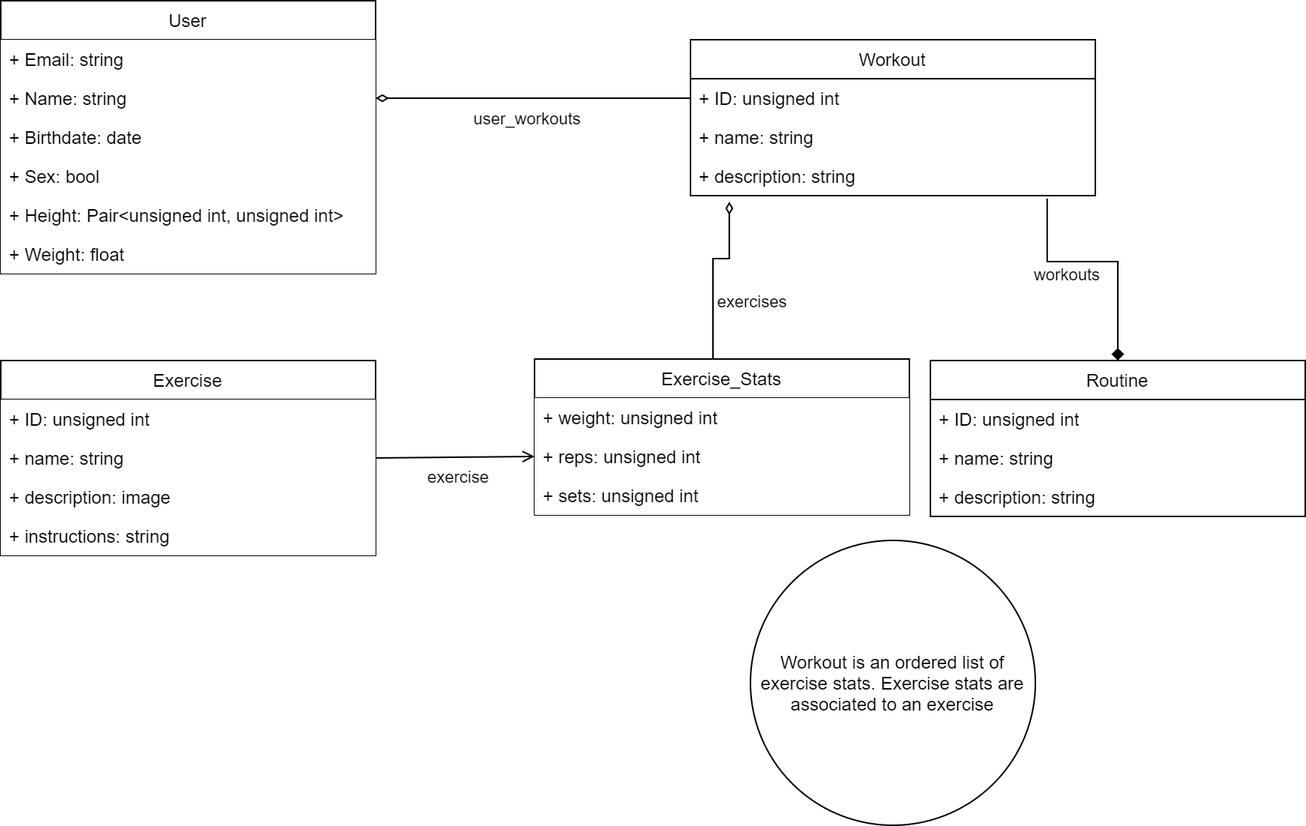
Before: documentation/design/object models.png, a diagram exported from draw.io (rahula00/LiftLog). Source tidied: cells renumbered, new cells last; positions are measured from the earlier drawing's top-left corner, leaving out a move shared by most shapes.
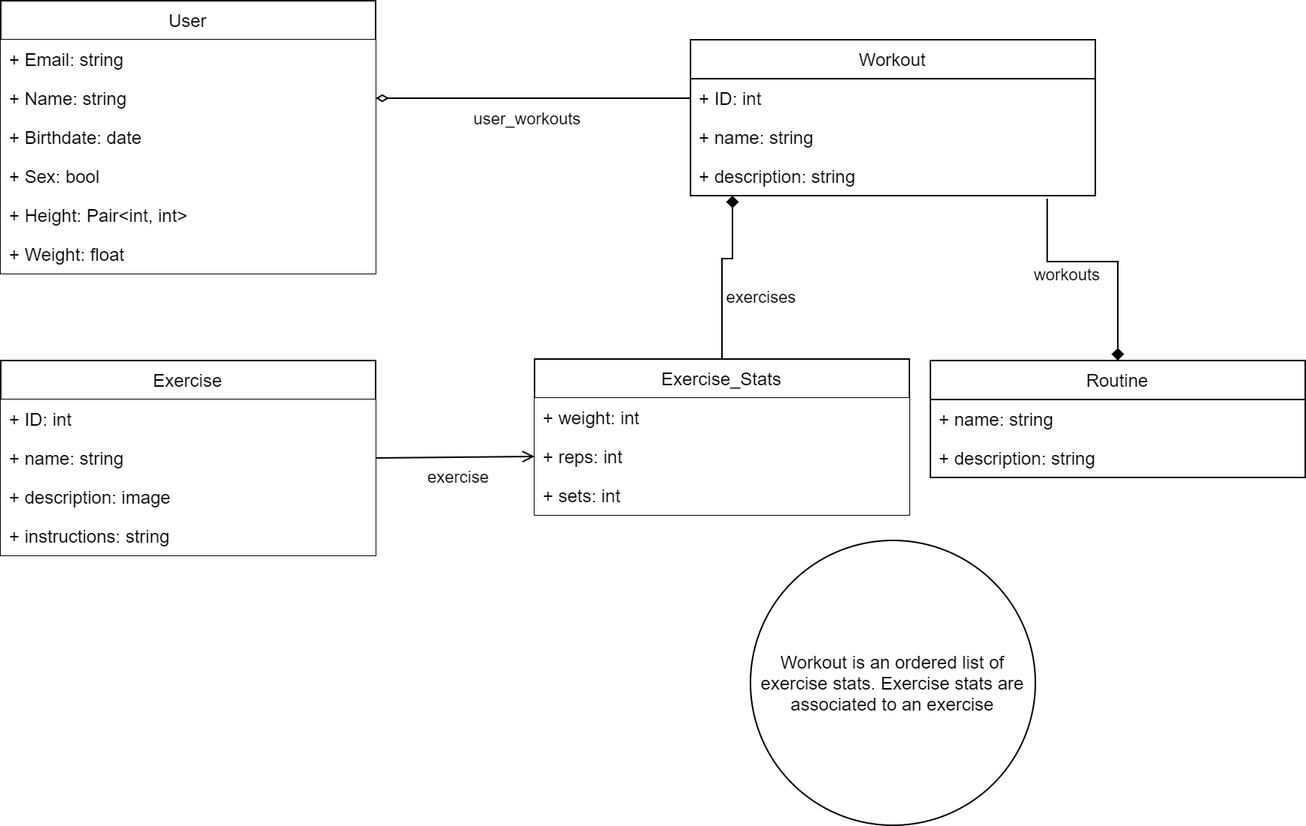
The same diagram one commit later.

The edit, as a diff of the source:
```diff
@@ -17,7 +17,7 @@
     <mxCell id="6" value="+ Sex: bool" style="text;strokeColor=none;align=left;verticalAlign=top;spacingLeft=4;spacingRight=4;overflow=hidden;fillColor=#ffffff;" parent="2" vertex="1">
       <mxGeometry y="104" width="250" height="26" as="geometry" />
     </mxCell>
-    <mxCell id="7" value="+ Height: Pair&lt;unsigned int, unsigned int&gt;" style="text;strokeColor=none;align=left;verticalAlign=top;spacingLeft=4;spacingRight=4;overflow=hidden;fillColor=#ffffff;" parent="2" vertex="1">
+    <mxCell id="7" value="+ Height: Pair&lt;int, int&gt;" style="text;strokeColor=none;align=left;verticalAlign=top;spacingLeft=4;spacingRight=4;overflow=hidden;fillColor=#ffffff;" parent="2" vertex="1">
       <mxGeometry y="130" width="250" height="26" as="geometry" />
     </mxCell>
     <mxCell id="8" value="+ Weight: float" style="text;strokeColor=none;align=left;verticalAlign=top;spacingLeft=4;spacingRight=4;overflow=hidden;fillColor=#ffffff;" parent="2" vertex="1">
@@ -26,7 +26,7 @@
     <mxCell id="9" value="Exercise" style="swimlane;fontStyle=0;horizontal=1;startSize=26;" parent="1" vertex="1">
       <mxGeometry y="240" width="250" height="130" as="geometry" />
     </mxCell>
-    <mxCell id="10" value="+ ID: unsigned int " style="text;strokeColor=none;align=left;verticalAlign=top;spacingLeft=4;spacingRight=4;overflow=hidden;fillColor=#ffffff;" parent="9" vertex="1">
+    <mxCell id="10" value="+ ID: int " style="text;strokeColor=none;align=left;verticalAlign=top;spacingLeft=4;spacingRight=4;overflow=hidden;fillColor=#ffffff;" parent="9" vertex="1">
       <mxGeometry y="26" width="250" height="26" as="geometry" />
     </mxCell>
     <mxCell id="11" value="+ name: string " style="text;strokeColor=none;align=left;verticalAlign=top;spacingLeft=4;spacingRight=4;overflow=hidden;points=[[0,0.5],[1,0.5]];portConstraint=eastwest;fillColor=#ffffff;" parent="9" vertex="1">
@@ -54,7 +54,7 @@
     <mxCell id="16" value="Workout" style="swimlane;fontStyle=0;horizontal=1;startSize=26;fillColor=none;" parent="1" vertex="1">
       <mxGeometry x="460" y="26" width="270" height="104" as="geometry" />
     </mxCell>
-    <mxCell id="17" value="+ ID: unsigned int " style="text;strokeColor=none;fillColor=none;align=left;verticalAlign=top;spacingLeft=4;spacingRight=4;overflow=hidden;points=[[0,0.5],[1,0.5]];portConstraint=eastwest;" parent="16" vertex="1">
+    <mxCell id="17" value="+ ID: int " style="text;strokeColor=none;fillColor=none;align=left;verticalAlign=top;spacingLeft=4;spacingRight=4;overflow=hidden;points=[[0,0.5],[1,0.5]];portConstraint=eastwest;" parent="16" vertex="1">
       <mxGeometry y="26" width="270" height="26" as="geometry" />
     </mxCell>
     <mxCell id="18" value="+ name: string " style="text;strokeColor=none;fillColor=none;align=left;verticalAlign=top;spacingLeft=4;spacingRight=4;overflow=hidden;" parent="16" vertex="1">
@@ -63,11 +63,12 @@
     <mxCell id="19" value="+ description: string " style="text;strokeColor=none;fillColor=none;align=left;verticalAlign=top;spacingLeft=4;spacingRight=4;overflow=hidden;points=[[0,0.5],[1,0.5]];portConstraint=eastwest;" parent="16" vertex="1">
       <mxGeometry y="78" width="270" height="26" as="geometry" />
     </mxCell>
-    <mxCell id="20" style="edgeStyle=orthogonalEdgeStyle;rounded=0;jettySize=auto;html=1;exitX=0.5;exitY=0;exitDx=0;exitDy=0;entryX=0.096;entryY=1.154;entryDx=0;entryDy=0;entryPerimeter=0;endArrow=diamondThin;endFill=0;" parent="1" edge="1" source="22" target="19">
+    <mxCell id="20" style="edgeStyle=orthogonalEdgeStyle;rounded=0;jettySize=auto;html=1;exitX=0.5;exitY=0;exitDx=0;exitDy=0;endArrow=diamond;endFill=1;" parent="1" edge="1" source="22">
       <mxGeometry relative="1" as="geometry">
+        <mxPoint x="488" y="130" as="targetPoint" />
         <Array as="points">
-          <mxPoint x="475" y="172" />
-          <mxPoint x="486" y="172" />
+          <mxPoint x="481" y="172" />
+          <mxPoint x="488" y="172" />
         </Array>
       </mxGeometry>
     </mxCell>
@@ -79,13 +80,13 @@
     <mxCell id="22" value="Exercise_Stats" style="swimlane;fontStyle=0;horizontal=1;startSize=26;" parent="1" vertex="1">
       <mxGeometry x="356" y="239" width="250" height="104" as="geometry" />
     </mxCell>
-    <mxCell id="23" value="+ weight: unsigned int" style="text;strokeColor=none;align=left;verticalAlign=top;spacingLeft=4;spacingRight=4;overflow=hidden;fillColor=#ffffff;" parent="22" vertex="1">
+    <mxCell id="23" value="+ weight: int" style="text;strokeColor=none;align=left;verticalAlign=top;spacingLeft=4;spacingRight=4;overflow=hidden;fillColor=#ffffff;" parent="22" vertex="1">
       <mxGeometry y="26" width="250" height="26" as="geometry" />
     </mxCell>
-    <mxCell id="24" value="+ reps: unsigned int" style="text;strokeColor=none;align=left;verticalAlign=top;spacingLeft=4;spacingRight=4;overflow=hidden;points=[[0,0.5],[1,0.5]];portConstraint=eastwest;fillColor=#ffffff;" parent="22" vertex="1">
+    <mxCell id="24" value="+ reps: int" style="text;strokeColor=none;align=left;verticalAlign=top;spacingLeft=4;spacingRight=4;overflow=hidden;points=[[0,0.5],[1,0.5]];portConstraint=eastwest;fillColor=#ffffff;" parent="22" vertex="1">
       <mxGeometry y="52" width="250" height="26" as="geometry" />
     </mxCell>
-    <mxCell id="25" value="+ sets: unsigned int" style="text;strokeColor=none;align=left;verticalAlign=top;spacingLeft=4;spacingRight=4;overflow=hidden;fillColor=#ffffff;" parent="22" vertex="1">
+    <mxCell id="25" value="+ sets: int" style="text;strokeColor=none;align=left;verticalAlign=top;spacingLeft=4;spacingRight=4;overflow=hidden;fillColor=#ffffff;" parent="22" vertex="1">
       <mxGeometry y="78" width="250" height="26" as="geometry" />
     </mxCell>
     <mxCell id="26" style="rounded=0;jettySize=auto;html=1;exitX=1;exitY=0.5;exitDx=0;exitDy=0;entryX=0;entryY=0.5;entryDx=0;entryDy=0;startArrow=none;startFill=0;endArrow=open;endFill=0;" parent="1" edge="1" source="11" target="24">
@@ -97,16 +98,13 @@
       </mxGeometry>
     </mxCell>
     <mxCell id="28" value="Routine" style="swimlane;fontStyle=0;horizontal=1;startSize=26;fillColor=none;" parent="1" vertex="1">
-      <mxGeometry x="620" y="240" width="250" height="104" as="geometry" />
+      <mxGeometry x="620" y="240" width="250" height="78" as="geometry" />
     </mxCell>
-    <mxCell id="29" value="+ ID: unsigned int " style="text;strokeColor=none;fillColor=none;align=left;verticalAlign=top;spacingLeft=4;spacingRight=4;overflow=hidden;" parent="28" vertex="1">
-      <mxGeometry y="26" width="250" height="26" as="geometry" />
-    </mxCell>
     <mxCell id="30" value="+ name: string " style="text;strokeColor=none;fillColor=none;align=left;verticalAlign=top;spacingLeft=4;spacingRight=4;overflow=hidden;" parent="28" vertex="1">
-      <mxGeometry y="52" width="250" height="26" as="geometry" />
+      <mxGeometry y="26" width="250" height="26" as="geometry" />
     </mxCell>
     <mxCell id="31" value="+ description: string " style="text;strokeColor=none;fillColor=none;align=left;verticalAlign=top;spacingLeft=4;spacingRight=4;overflow=hidden;" parent="28" vertex="1">
-      <mxGeometry y="78" width="250" height="26" as="geometry" />
+      <mxGeometry y="52" width="250" height="26" as="geometry" />
     </mxCell>
     <mxCell id="32" value="Workout is an ordered list of exercise stats. Exercise stats are associated to an exercise" style="ellipse;whiteSpace=wrap;html=1;" parent="1" vertex="1">
       <mxGeometry x="500" y="360" width="190" height="190" as="geometry" />
```
